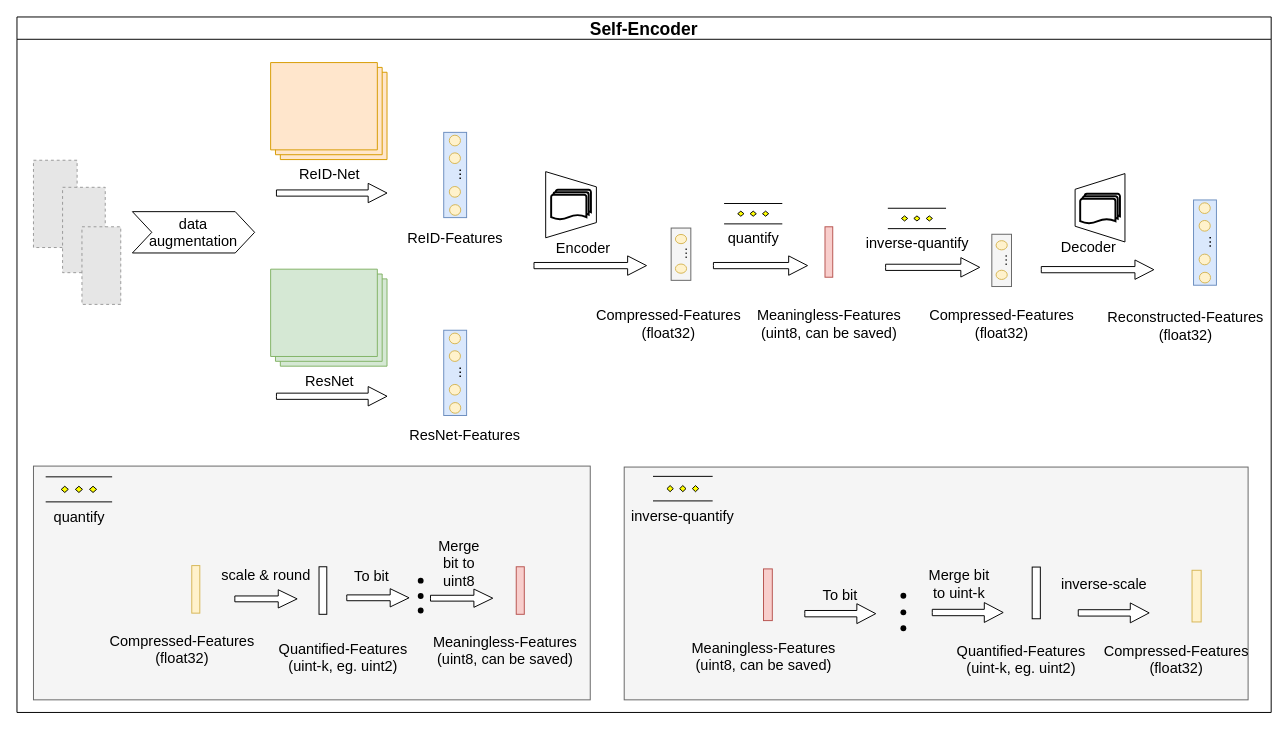
Before: naic-ae-net.drawio in Wu-Xiang123/Hello-GItHub, a draw.io diagram. Source tidied: cells renumbered, new cells numbered last; positions are measured from the earlier drawing's top-left corner, leaving out a move shared by most shapes. Both pictures are drawn from the tidied source at 97%, with x=0, y=0 at pixel (16, 16). Pictures stored in the file or linked from it are replaced by grey dashed boxes.
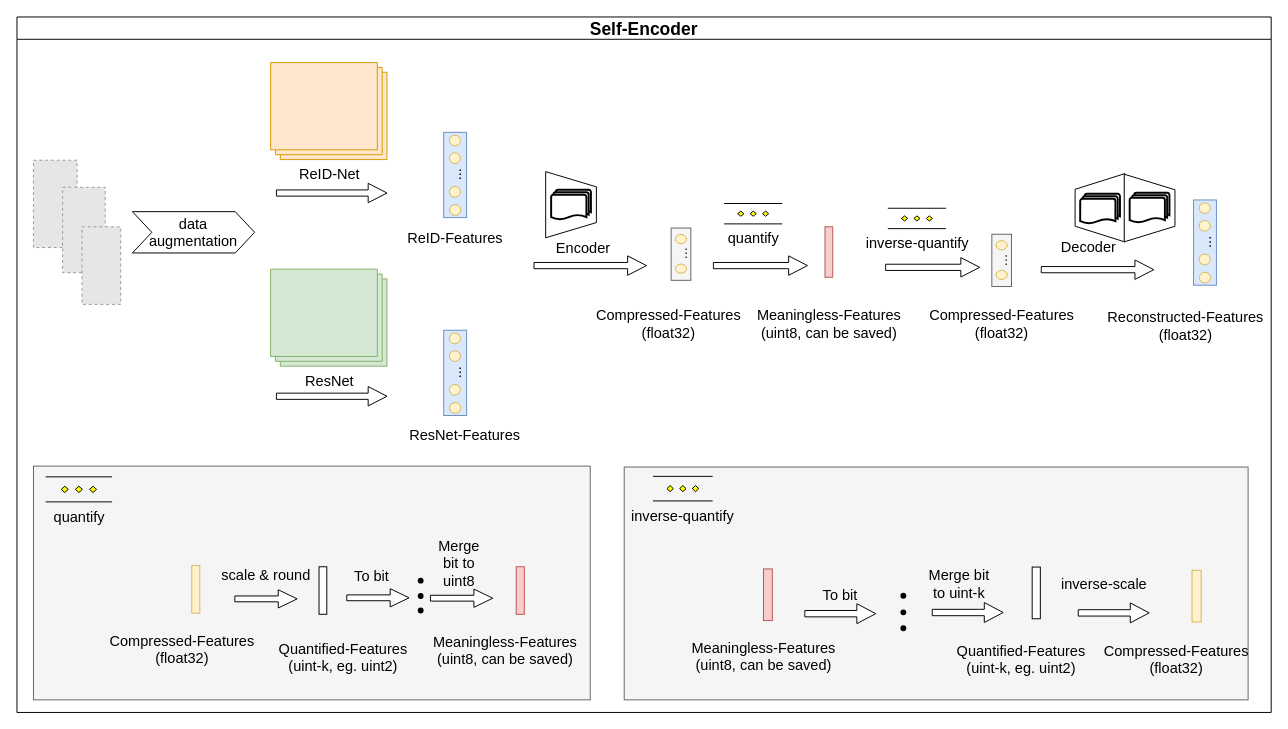
The same diagram, later.

Unchanged cells that the change refers to:
```xml
<mxCell id="40" style="group;fontSize=15;" parent="2" vertex="1">
  <mxGeometry x="1055" y="167.4" width="225.2" height="160.6" as="geometry" />
</mxCell>
```

The edit, as a diff of the source:
```diff
@@
+    <mxCell id="93" style="verticalLabelPosition=middle;verticalAlign=middle;html=1;shape=trapezoid;perimeter=trapezoidPerimeter;whiteSpace=wrap;size=0.23;arcSize=10;flipV=1;labelPosition=center;align=center;rotation=-90;fontSize=15;" parent="40" vertex="1">
+      <mxGeometry x="77.8" y="3.4" width="69.7" height="52.3" as="geometry" />
+    </mxCell>
+    <mxCell id="94" style="strokeWidth=2;html=1;shape=mxgraph.flowchart.multi-document;whiteSpace=wrap;fontSize=15;" parent="40" vertex="1">
+      <mxGeometry x="92.1" y="13.8" width="41" height="31" as="geometry" />
+    </mxCell>
```
